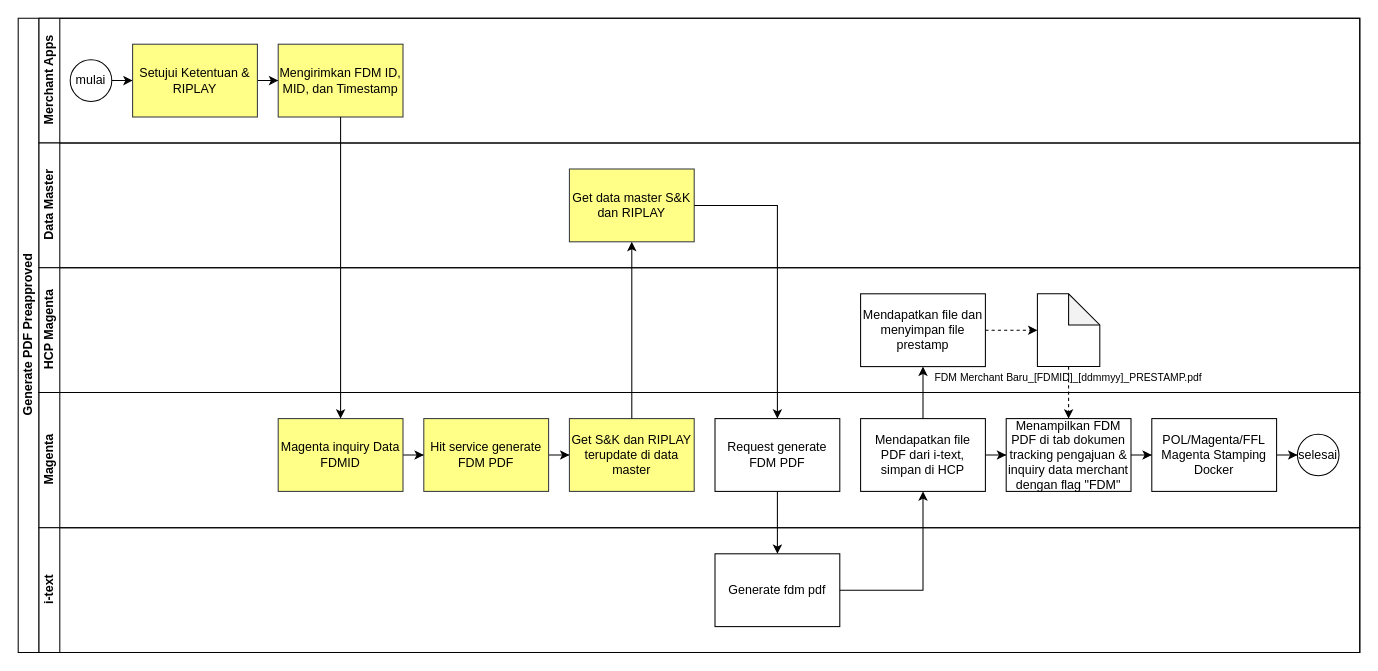
This is ematerai.drawio from nicolenatsh/Nicole, a draw.io file, before an edit. Source tidied: cells renumbered, new cells numbered last; positions are measured from the earlier drawing's top-left corner, leaving out a move shared by most shapes. Both pictures are drawn from the tidied source at 104%, with x=0, y=0 at pixel (18, 18).
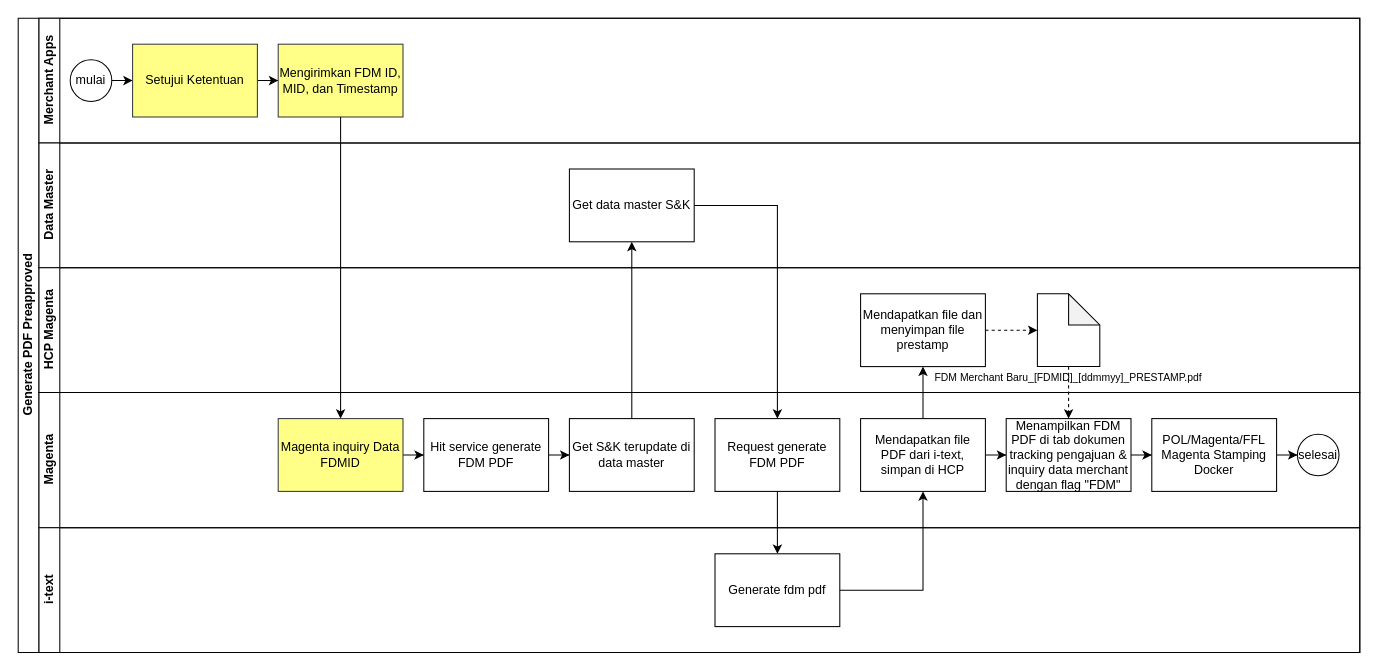
Above is the later version.

The change refers to these unchanged cells:
```xml
<mxCell id="3" value="Merchant Apps" style="swimlane;startSize=20;horizontal=0;html=1;" parent="2" vertex="1">
  <mxGeometry x="20" width="1270" height="120" as="geometry" />
</mxCell>
<mxCell id="9" value="Data Master" style="swimlane;startSize=20;horizontal=0;html=1;" parent="2" vertex="1">
  <mxGeometry x="20" y="120" width="1270" height="120" as="geometry" />
</mxCell>
<mxCell id="16" value="Magenta" style="swimlane;startSize=20;horizontal=0;html=1;" parent="2" vertex="1">
  <mxGeometry x="20" y="360" width="1270" height="130" as="geometry" />
</mxCell>
```

The edit, as a diff of the source:
```diff
@@
-    <mxCell id="7" value="Setujui Ketentuan &amp;amp; RIPLAY" style="rounded=0;whiteSpace=wrap;html=1;fillColor=#ffff88;strokeColor=#36393d;" parent="3" vertex="1">
+    <mxCell id="7" value="Setujui Ketentuan" style="rounded=0;whiteSpace=wrap;html=1;fillColor=#ffff88;strokeColor=#36393d;" parent="3" vertex="1">
       <mxGeometry x="90" y="25" width="120" height="70" as="geometry" />
     </mxCell>
@@
-    <mxCell id="10" value="Get data master S&amp;amp;K dan RIPLAY" style="rounded=0;whiteSpace=wrap;html=1;fillColor=#ffff88;strokeColor=#36393d;" parent="9" vertex="1">
+    <mxCell id="10" value="Get data master S&amp;amp;K" style="rounded=0;whiteSpace=wrap;html=1;" parent="9" vertex="1">
       <mxGeometry x="510" y="25" width="120" height="70" as="geometry" />
     </mxCell>
@@
-    <mxCell id="20" value="Hit service generate FDM PDF" style="rounded=0;whiteSpace=wrap;html=1;fillColor=#ffff88;strokeColor=#36393d;" parent="16" vertex="1">
+    <mxCell id="20" value="Hit service generate FDM PDF" style="rounded=0;whiteSpace=wrap;html=1;" parent="16" vertex="1">
       <mxGeometry x="370" y="25" width="120" height="70" as="geometry" />
     </mxCell>
-    <mxCell id="21" value="Get S&amp;amp;K dan RIPLAY terupdate di data master" style="rounded=0;whiteSpace=wrap;html=1;fillColor=#ffff88;strokeColor=#36393d;" parent="16" vertex="1">
+    <mxCell id="21" value="Get S&amp;amp;K terupdate di data master" style="rounded=0;whiteSpace=wrap;html=1;" parent="16" vertex="1">
       <mxGeometry x="510" y="25" width="120" height="70" as="geometry" />
     </mxCell>
```
